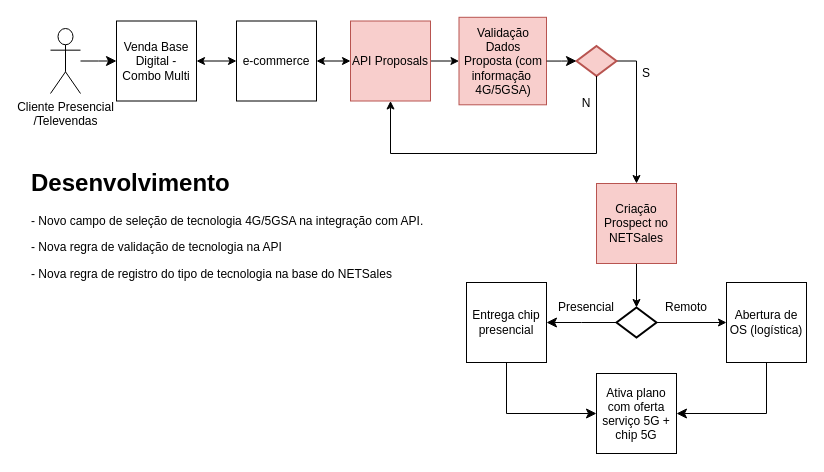
Earlier version of the draw.io diagram page "API Digital NETSales" (5 of 5) of 5GSA v2.drawio (samirali/ClaroBrasil). Source tidied: cells renumbered, new cells numbered last; positions are measured from the earlier drawing's top-left corner, leaving out a move shared by most shapes. Both pictures are drawn from the tidied source at 100%, with x=0, y=0 at pixel (26, 17).
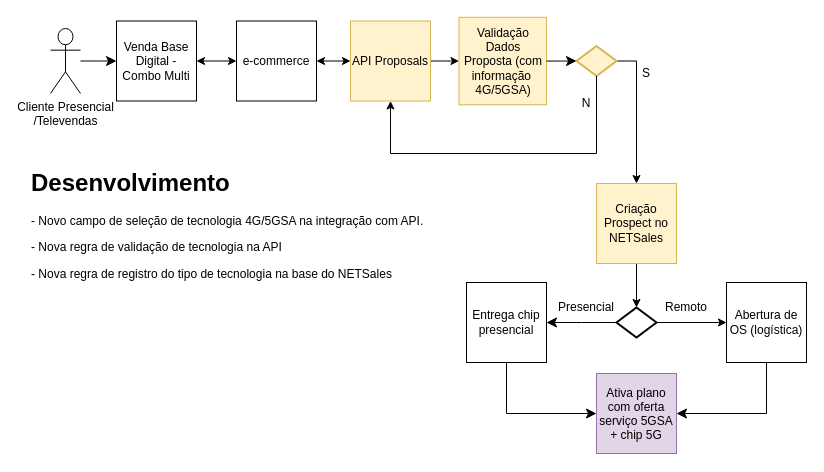
The same page after the edit.

Diff of the diagram source:
```diff
@@
-    <mxCell id="12" value="&lt;p style=&quot;line-height: normal; margin: 0pt 0in; text-indent: 0in; direction: ltr; unicode-bidi: embed; word-break: normal;&quot;&gt;Ativa plano com oferta serviço 5G + chip 5G&lt;/p&gt;" style="whiteSpace=wrap;html=1;" parent="1" vertex="1">
+    <mxCell id="12" value="&lt;p style=&quot;line-height: normal; margin: 0pt 0in; text-indent: 0in; direction: ltr; unicode-bidi: embed; word-break: normal;&quot;&gt;Ativa plano com oferta serviço 5GSA + chip 5G&lt;/p&gt;" style="whiteSpace=wrap;html=1;fillColor=#e1d5e7;strokeColor=#9673a6;" parent="1" vertex="1">
       <mxGeometry x="570" y="356" width="80" height="80" as="geometry" />
     </mxCell>
@@
-    <mxCell id="18" value="API Proposals" style="whiteSpace=wrap;html=1;fillColor=#f8cecc;strokeColor=#b85450;" parent="1" vertex="1">
+    <mxCell id="18" value="API Proposals" style="whiteSpace=wrap;html=1;fillColor=#fff2cc;strokeColor=#d6b656;" parent="1" vertex="1">
       <mxGeometry x="324" y="3.5" width="80" height="80" as="geometry" />
     </mxCell>
@@
-    <mxCell id="20" style="strokeWidth=2;html=1;shape=mxgraph.flowchart.decision;whiteSpace=wrap;fillColor=#f8cecc;strokeColor=#b85450;" parent="1" vertex="1">
+    <mxCell id="20" style="strokeWidth=2;html=1;shape=mxgraph.flowchart.decision;whiteSpace=wrap;fillColor=#fff2cc;strokeColor=#d6b656;" parent="1" vertex="1">
       <mxGeometry x="550" y="28.5" width="40" height="30" as="geometry" />
     </mxCell>
@@
-    <mxCell id="22" value="Criação Prospect no NETSales" style="whiteSpace=wrap;html=1;fillColor=#f8cecc;strokeColor=#b85450;" parent="1" vertex="1">
+    <mxCell id="22" value="Criação Prospect no NETSales" style="whiteSpace=wrap;html=1;fillColor=#fff2cc;strokeColor=#d6b656;" parent="1" vertex="1">
       <mxGeometry x="570" y="166" width="80" height="80" as="geometry" />
     </mxCell>
-    <mxCell id="23" value="Validação Dados Proposta (com informação&amp;nbsp; 4G/5GSA)" style="whiteSpace=wrap;html=1;fillColor=#f8cecc;strokeColor=#b85450;" parent="1" vertex="1">
+    <mxCell id="23" value="Validação Dados Proposta (com informação&amp;nbsp; 4G/5GSA)" style="whiteSpace=wrap;html=1;fillColor=#fff2cc;strokeColor=#d6b656;" parent="1" vertex="1">
       <mxGeometry x="432.5" y="-0.2" width="87.5" height="87.5" as="geometry" />
     </mxCell>
```
